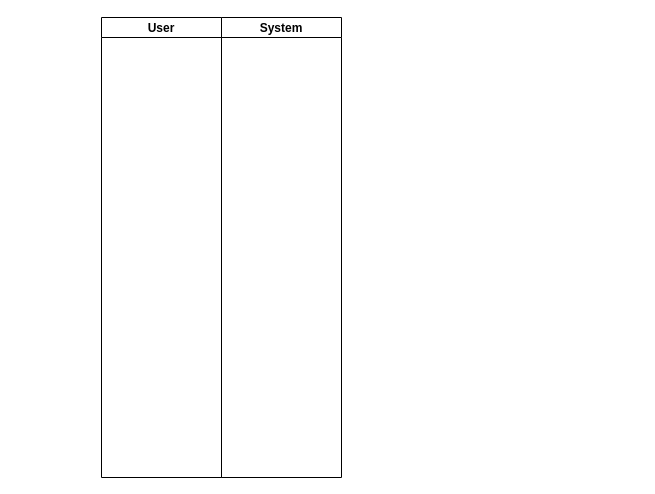
Earlier version of the draw.io diagram page "withdraw bookings" (5 of 5) of 3015connect/src/Untitled Diagram.drawio (amyWenhui/3015project). Source tidied: cells renumbered, new cells numbered last; positions are measured from the earlier drawing's top-left corner, leaving out a move shared by most shapes. Both pictures are drawn from the tidied source at 100%, with x=0, y=0 at pixel (101, 17).
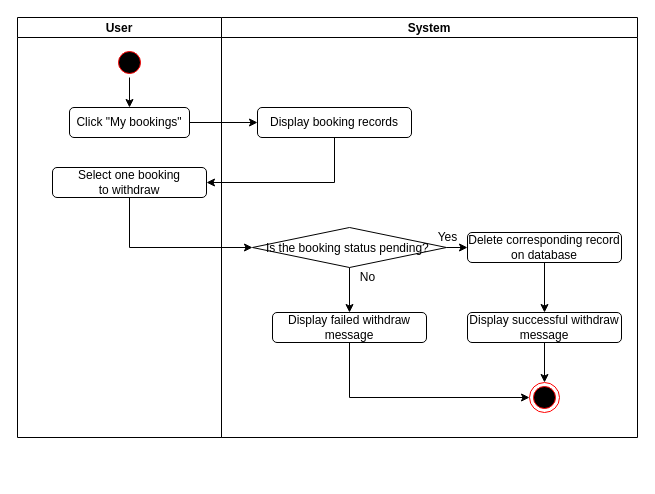
Above is the later version.

Diff of the diagram source:
```diff
@@
     <mxCell id="2" value="User" style="swimlane;startSize=20;" parent="1" vertex="1">
-      <mxGeometry width="120" height="460" as="geometry" />
+      <mxGeometry x="-84" width="204" height="420" as="geometry" />
     </mxCell>
+    <mxCell id="4" style="edgeStyle=orthogonalEdgeStyle;rounded=0;jettySize=auto;html=1;exitX=0.5;exitY=1;exitDx=0;exitDy=0;entryX=0.5;entryY=0;entryDx=0;entryDy=0;" parent="2" edge="1" source="5" target="6">
+      <mxGeometry relative="1" as="geometry" />
+    </mxCell>
+    <mxCell id="5" style="ellipse;html=1;shape=startState;fillColor=#000000;strokeColor=#ff0000;" parent="2" vertex="1">
+      <mxGeometry x="97" y="30" width="30" height="30" as="geometry" />
+    </mxCell>
+    <mxCell id="6" value="Click &quot;My bookings&quot;" style="rounded=1;whiteSpace=wrap;html=1;" parent="2" vertex="1">
+      <mxGeometry x="52" y="90" width="120" height="30" as="geometry" />
+    </mxCell>
+    <mxCell id="7" value="Select one booking&lt;br&gt;to withdraw" style="rounded=1;whiteSpace=wrap;html=1;" parent="2" vertex="1">
+      <mxGeometry x="35" y="150" width="154" height="30" as="geometry" />
+    </mxCell>
     <mxCell id="3" value="System" style="swimlane;startSize=20;" parent="1" vertex="1">
-      <mxGeometry x="120" width="120" height="460" as="geometry" />
+      <mxGeometry x="120" width="416" height="420" as="geometry" />
     </mxCell>
+    <mxCell id="8" value="Display booking records" style="rounded=1;whiteSpace=wrap;html=1;" parent="3" vertex="1">
+      <mxGeometry x="36" y="90" width="154" height="30" as="geometry" />
+    </mxCell>
+    <mxCell id="9" style="edgeStyle=orthogonalEdgeStyle;rounded=0;jettySize=auto;html=1;exitX=0.5;exitY=1;exitDx=0;exitDy=0;" parent="3" edge="1" source="11" target="17">
+      <mxGeometry relative="1" as="geometry" />
+    </mxCell>
+    <mxCell id="10" style="edgeStyle=orthogonalEdgeStyle;rounded=0;jettySize=auto;html=1;exitX=1;exitY=0.5;exitDx=0;exitDy=0;entryX=0;entryY=0.5;entryDx=0;entryDy=0;" parent="3" edge="1" source="11" target="13">
+      <mxGeometry relative="1" as="geometry" />
+    </mxCell>
+    <mxCell id="11" value="Is the booking status pending? " style="rhombus;" parent="3" vertex="1">
+      <mxGeometry x="31" y="210" width="194" height="40" as="geometry" />
+    </mxCell>
+    <mxCell id="12" style="edgeStyle=orthogonalEdgeStyle;rounded=0;jettySize=auto;html=1;exitX=0.5;exitY=1;exitDx=0;exitDy=0;entryX=0.5;entryY=0;entryDx=0;entryDy=0;" parent="3" edge="1" source="13" target="15">
+      <mxGeometry relative="1" as="geometry" />
+    </mxCell>
+    <mxCell id="13" value="Delete corresponding record on database" style="rounded=1;whiteSpace=wrap;html=1;" parent="3" vertex="1">
+      <mxGeometry x="246" y="215" width="154" height="30" as="geometry" />
+    </mxCell>
+    <mxCell id="14" style="edgeStyle=orthogonalEdgeStyle;rounded=0;jettySize=auto;html=1;exitX=0.5;exitY=1;exitDx=0;exitDy=0;" parent="3" edge="1" source="15" target="18">
+      <mxGeometry relative="1" as="geometry" />
+    </mxCell>
+    <mxCell id="15" value="Display successful withdraw message" style="rounded=1;whiteSpace=wrap;html=1;" parent="3" vertex="1">
+      <mxGeometry x="246" y="295" width="154" height="30" as="geometry" />
+    </mxCell>
+    <mxCell id="16" style="edgeStyle=orthogonalEdgeStyle;rounded=0;jettySize=auto;html=1;exitX=0.5;exitY=1;exitDx=0;exitDy=0;entryX=0;entryY=0.5;entryDx=0;entryDy=0;" parent="3" edge="1" source="17" target="18">
+      <mxGeometry relative="1" as="geometry" />
+    </mxCell>
+    <mxCell id="17" value="Display failed withdraw message" style="rounded=1;whiteSpace=wrap;html=1;" parent="3" vertex="1">
+      <mxGeometry x="51" y="295" width="154" height="30" as="geometry" />
+    </mxCell>
+    <mxCell id="18" style="ellipse;html=1;shape=endState;fillColor=#000000;strokeColor=#ff0000;" parent="3" vertex="1">
+      <mxGeometry x="308" y="365" width="30" height="30" as="geometry" />
+    </mxCell>
+    <mxCell id="19" style="edgeStyle=orthogonalEdgeStyle;rounded=0;jettySize=auto;html=1;exitX=1;exitY=0.5;exitDx=0;exitDy=0;" parent="1" edge="1" source="6" target="8">
+      <mxGeometry relative="1" as="geometry" />
+    </mxCell>
+    <mxCell id="20" style="edgeStyle=orthogonalEdgeStyle;rounded=0;jettySize=auto;html=1;exitX=0.5;exitY=1;exitDx=0;exitDy=0;entryX=1;entryY=0.5;entryDx=0;entryDy=0;" parent="1" edge="1" source="8" target="7">
+      <mxGeometry relative="1" as="geometry" />
+    </mxCell>
+    <mxCell id="21" style="edgeStyle=orthogonalEdgeStyle;rounded=0;jettySize=auto;html=1;exitX=0.5;exitY=1;exitDx=0;exitDy=0;entryX=0;entryY=0.5;entryDx=0;entryDy=0;" parent="1" edge="1" source="7" target="11">
+      <mxGeometry relative="1" as="geometry" />
+    </mxCell>
+    <mxCell id="22" value="No" style="text;html=1;align=center;verticalAlign=middle;strokeColor=none;fillColor=none;" parent="1" vertex="1">
+      <mxGeometry x="251" y="250" width="30" height="20" as="geometry" />
+    </mxCell>
+    <mxCell id="23" value="Yes" style="text;html=1;align=center;verticalAlign=middle;strokeColor=none;fillColor=none;" parent="1" vertex="1">
+      <mxGeometry x="326" y="210" width="40" height="20" as="geometry" />
+    </mxCell>
```
